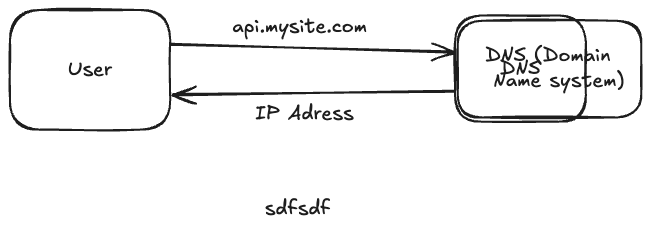
Earlier version of the Excalidraw export notes/system_design_interview_by_alex_xu/images/web_server.excalidraw.png (deepkamalsingh/system-design). Source tidied: one line per element, renumbered; positions are measured from the earlier drawing's top-left corner, leaving out a move shared by most shapes.
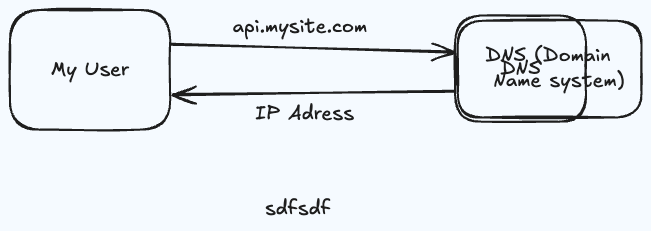
Later version of the same file.

The edit, as a diff of the source:
```diff
@@ -1,5 +1,5 @@
 {"id": 0, "type": "rectangle", "strokeColor": "#1e1e1e", "strokeWidth": 2, "roughness": 1, "round": true, "x": 0, "y": 0, "width": 160, "height": 120}
-{"id": 1, "type": "text", "text": "User", "strokeColor": "#1e1e1e", "strokeWidth": 2, "roughness": 1, "fontSize": 20, "fontFamily": 5, "textAlign": "center", "verticalAlign": "middle", "inside": 0, "x": 58, "y": 47, "width": 44, "height": 25}
+{"id": 1, "type": "text", "text": "My User", "strokeColor": "#1e1e1e", "strokeWidth": 2, "roughness": 1, "fontSize": 20, "fontFamily": 5, "textAlign": "center", "verticalAlign": "middle", "inside": 0, "x": 41, "y": 47, "width": 78, "height": 25}
 {"id": 2, "type": "arrow", "strokeColor": "#1e1e1e", "strokeWidth": 2, "roughness": 1, "endArrowhead": "arrow", "round": true, "from": 0, "x": 161, "y": 35, "width": 283, "height": 7, "points": [[0, 0], [283, 7]]}
 {"id": 3, "type": "text", "text": "api.mysite.com", "strokeColor": "#1e1e1e", "strokeWidth": 2, "roughness": 1, "fontSize": 20, "fontFamily": 5, "x": 222, "y": 4, "width": 135, "height": 25}
 {"id": 4, "type": "arrow", "strokeColor": "#1e1e1e", "strokeWidth": 2, "roughness": 1, "endArrowhead": "arrow", "round": true, "to": 0, "x": 443, "y": 82, "width": 281, "height": 2, "points": [[0, 0], [-281, 2]]}
```
